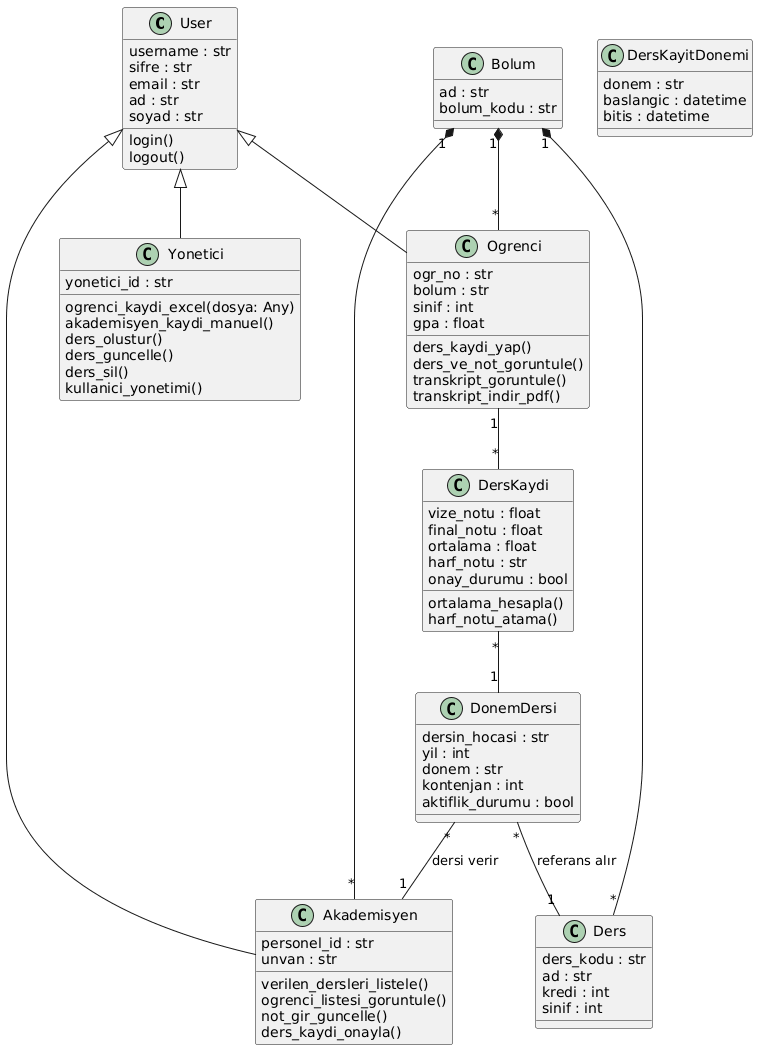
Esat-cpu/proje-obs keeps this PlantUML diagram as assets/class_diagram.png. Above is the earlier version.
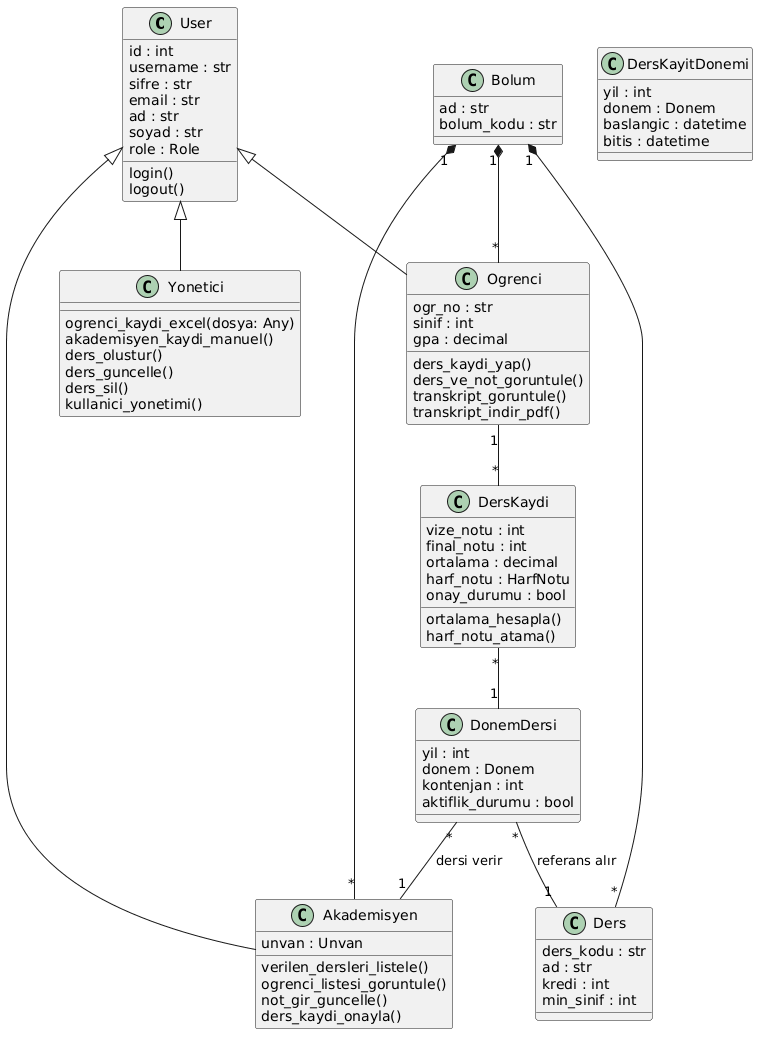
The same diagram one commit later.

Commit message:
docs: class diagram güncelle

Change to the diagram source:
```diff
@@ -1,17 +1,18 @@
 @startuml
 
 class User {
+  id : int
   username : str
   sifre : str
   email : str
   ad : str
   soyad : str
+  role : Role
   login()
   logout()
 }
 
 class Yonetici {
-  yonetici_id : str
   ogrenci_kaydi_excel(dosya: Any)
   akademisyen_kaydi_manuel()
   ders_olustur()
@@ -22,9 +23,8 @@
 
 class Ogrenci {
   ogr_no : str
-  bolum : str
   sinif : int
-  gpa : float
+  gpa : decimal
   ders_kaydi_yap()
   ders_ve_not_goruntule()
   transkript_goruntule()
@@ -32,8 +32,7 @@
 }
 
 class Akademisyen {
-  personel_id : str
-  unvan : str
+  unvan : Unvan
   verilen_dersleri_listele()
   ogrenci_listesi_goruntule()
   not_gir_guncelle()
@@ -49,29 +48,29 @@
   ders_kodu : str
   ad : str
   kredi : int
-  sinif : int
+  min_sinif : int
 }
 
 class DonemDersi {
-  dersin_hocasi : str
   yil : int
-  donem : str
+  donem : Donem
   kontenjan : int
   aktiflik_durumu : bool
 }
 
 class DersKaydi {
-  vize_notu : float
-  final_notu : float
-  ortalama : float
-  harf_notu : str
+  vize_notu : int
+  final_notu : int
+  ortalama : decimal
+  harf_notu : HarfNotu
   onay_durumu : bool
   ortalama_hesapla()
   harf_notu_atama()
 }
 
 class DersKayitDonemi {
-    donem : str
+    yil : int
+    donem : Donem
     baslangic : datetime
     bitis : datetime
 }
```
